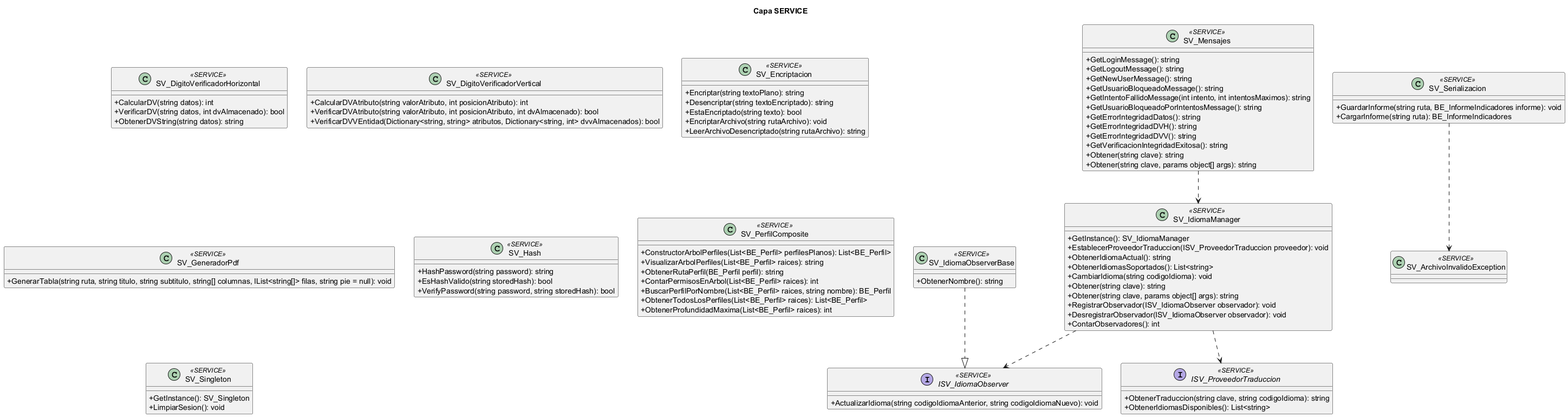
This is docs/diagramas/uml_png/capas__SERVICE_clases.png from L-Muniz/uai-diploma_2026, a PlantUML export, as it was before one commit.
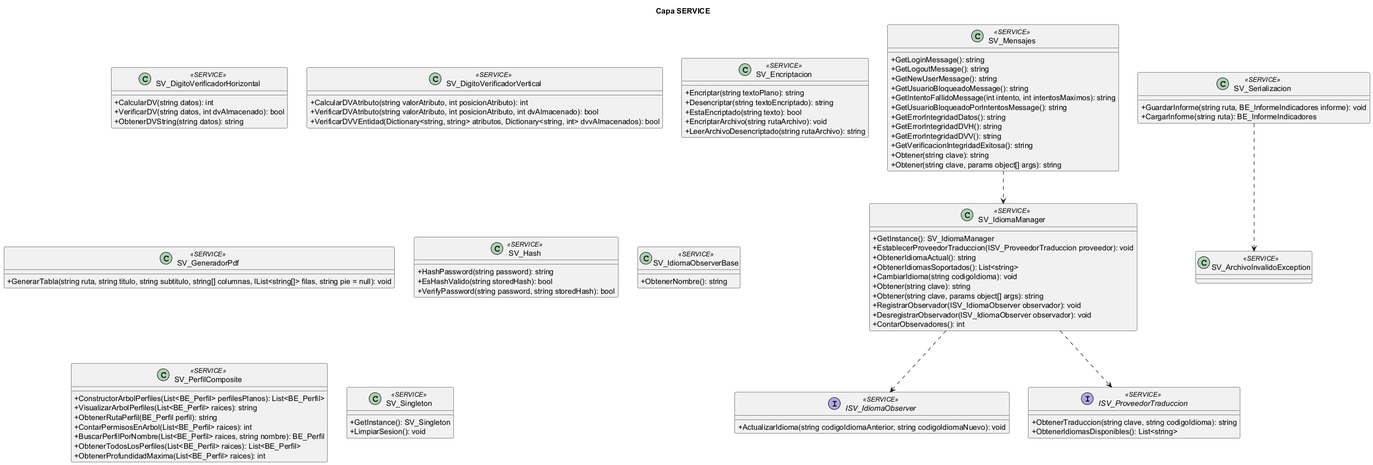
After the commit.

Commit message:
Docs: diagramas de clases sin realización; rombo relleno para composición y hueco para agregación

What changed in the source:
```diff
@@ -83,7 +83,6 @@
 }
 SV_IdiomaManager ..> ISV_IdiomaObserver
 SV_IdiomaManager ..> ISV_ProveedorTraduccion
-SV_IdiomaObserverBase ..|> ISV_IdiomaObserver
 SV_Mensajes ..> SV_IdiomaManager
 SV_Serializacion ..> SV_ArchivoInvalidoException
 @enduml
```
